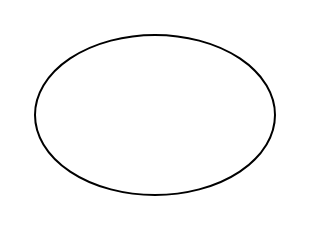
Earlier version of the draw.io diagram 未命名绘图.drawio (lilizhuogithub/drawImage). Source tidied: cells renumbered, new cells numbered last; positions are measured from the earlier drawing's top-left corner, leaving out a move shared by most shapes. Both pictures are drawn from the tidied source at 200%, with x=0, y=0 at pixel (34, 34).
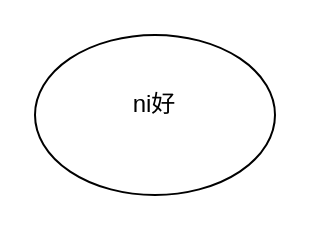
Above is the later version.

Commit message (it also covers changes not shown here):
更新未命名绘图.drawio

Change to the diagram source:
```diff
@@
 <mxGraphModel>
   <root>
     <mxCell id="0" />
     <mxCell id="1" parent="0" />
     <mxCell id="2" style="ellipse;whiteSpace=wrap;html=1;" parent="1" vertex="1">
       <mxGeometry width="120" height="80" as="geometry" />
     </mxCell>
+    <mxCell id="3" value="ni好" style="text;html=1;align=center;verticalAlign=middle;whiteSpace=wrap;rounded=0;" parent="1" vertex="1">
+      <mxGeometry x="30" y="20" width="60" height="30" as="geometry" />
+    </mxCell>
   </root>
 </mxGraphModel>
```
